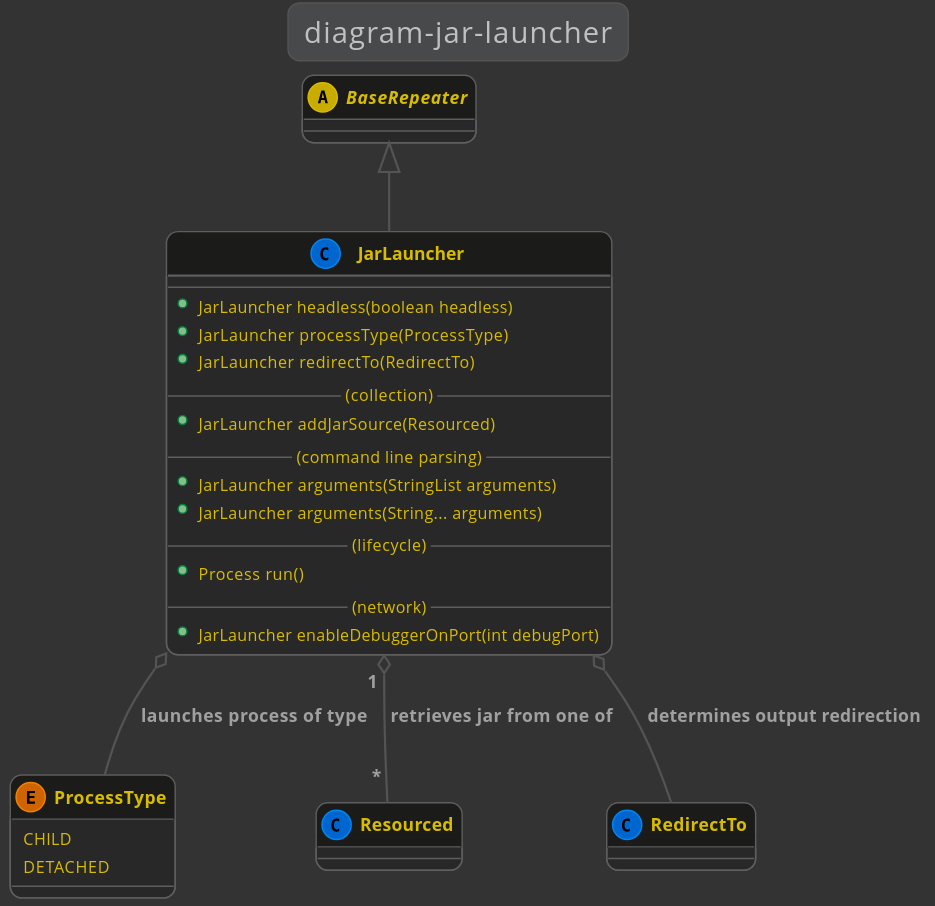
Telenav/kivakit keeps this PlantUML diagram as kivakit-core/resource/documentation/diagrams/diagram-jar-launcher.svg. Above is the earlier version.
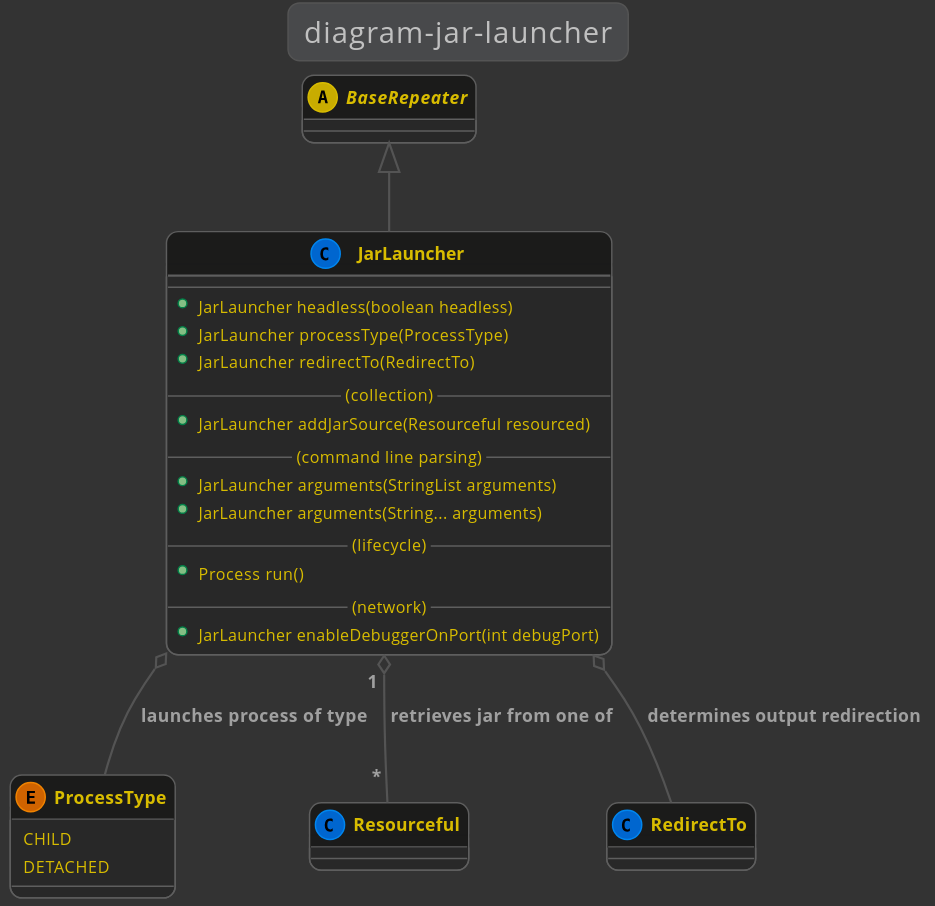
Later version of the same file.

Change to the diagram source:
```diff
@@ -8,7 +8,7 @@
 
     BaseRepeater <|-- JarLauncher
     JarLauncher o-- JarLauncher.ProcessType : "launches process of type"
-    JarLauncher "1" o-- "*" Resourced : "retrieves jar from one of"
+    JarLauncher "1" o-- "*" Resourceful : "retrieves jar from one of"
     JarLauncher o-- JarLauncher.RedirectTo : "determines output redirection"
     class JarLauncher
     {
@@ -17,7 +17,7 @@
         +JarLauncher processType(ProcessType)
         +JarLauncher redirectTo(RedirectTo)
         --(collection)--
-        +JarLauncher addJarSource(Resourced)
+        +JarLauncher addJarSource(Resourceful resourced)
         --(command line parsing)--
         +JarLauncher arguments(StringList arguments)
         +JarLauncher arguments(String... arguments)
```
